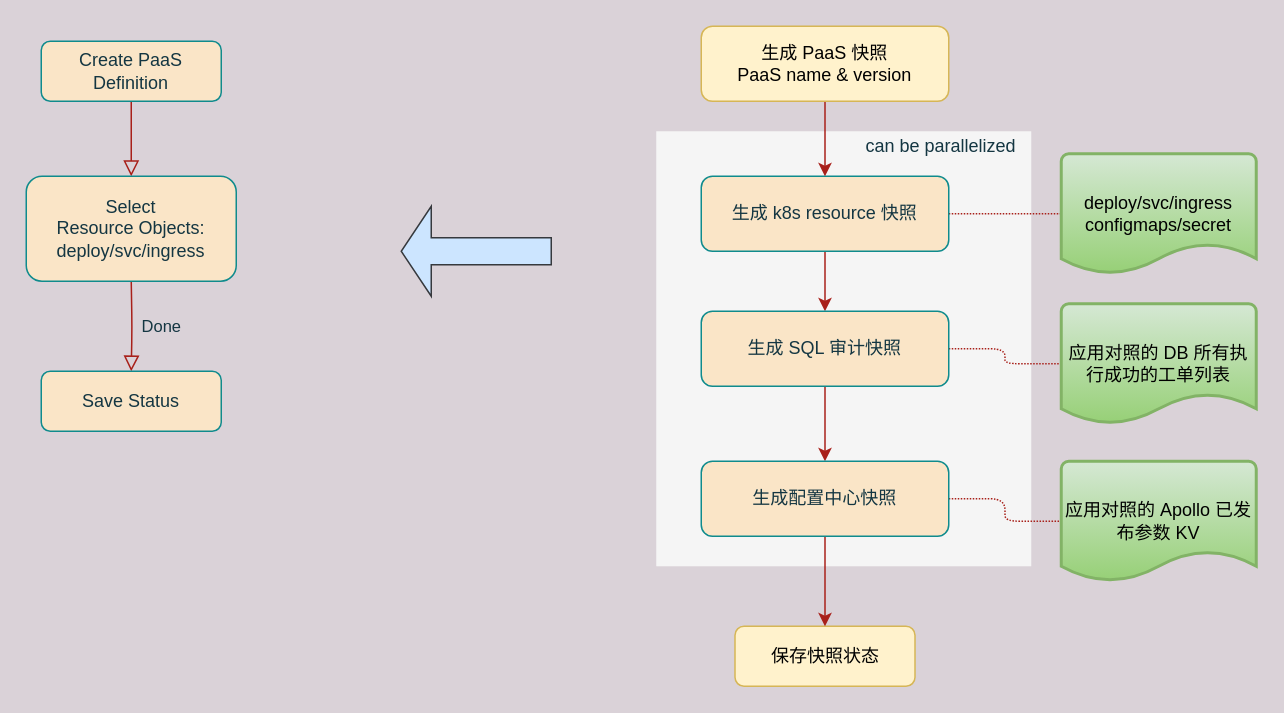
Before: create_paas_definition_flow.drawio in Owenxh/docs, a draw.io diagram. Source tidied: cells renumbered, new cells numbered last; positions are measured from the earlier drawing's top-left corner, leaving out a move shared by most shapes. Both pictures are drawn from the tidied source at 150%, with x=0, y=0 at pixel (26, 26).
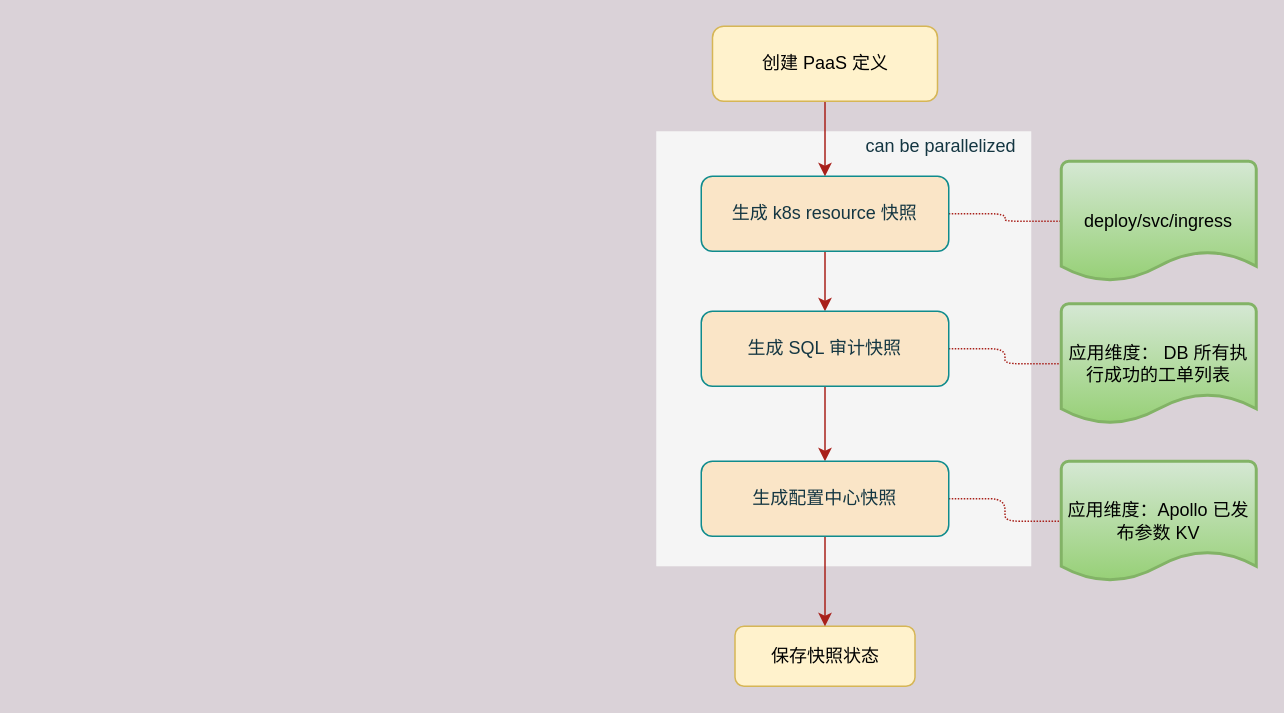
The same page after the edit.

Change to the diagram source:
```diff
@@
-    <mxCell id="3" style="rounded=1;html=1;jettySize=auto;fontSize=11;endArrow=block;endFill=0;endSize=8;strokeWidth=1;shadow=0;labelBackgroundColor=none;edgeStyle=orthogonalEdgeStyle;strokeColor=#A8201A;fontColor=#143642;" parent="1" edge="1" source="4">
-      <mxGeometry relative="1" as="geometry">
-        <mxPoint x="70" y="100" as="targetPoint" />
-      </mxGeometry>
-    </mxCell>
-    <mxCell id="4" value="Create PaaS Definition" style="rounded=1;whiteSpace=wrap;html=1;fontSize=12;glass=0;strokeWidth=1;shadow=0;fillColor=#FAE5C7;strokeColor=#0F8B8D;fontColor=#143642;" parent="1" vertex="1">
-      <mxGeometry x="10" y="10" width="120" height="40" as="geometry" />
-    </mxCell>
-    <mxCell id="5" value="Done" style="rounded=1;html=1;jettySize=auto;fontSize=11;endArrow=block;endFill=0;endSize=8;strokeWidth=1;shadow=0;labelBackgroundColor=none;edgeStyle=orthogonalEdgeStyle;strokeColor=#A8201A;fontColor=#143642;entryX=0.5;entryY=0;entryDx=0;entryDy=0;" parent="1" edge="1" target="6">
-      <mxGeometry y="20" relative="1" as="geometry">
-        <mxPoint x="70" y="170" as="sourcePoint" />
-      </mxGeometry>
-    </mxCell>
-    <mxCell id="6" value="Save Status" style="rounded=1;whiteSpace=wrap;html=1;fontSize=12;glass=0;strokeWidth=1;shadow=0;fillColor=#FAE5C7;strokeColor=#0F8B8D;fontColor=#143642;" parent="1" vertex="1">
-      <mxGeometry x="10" y="230" width="120" height="40" as="geometry" />
-    </mxCell>
-    <mxCell id="7" value="Select &lt;br&gt;Resource Objects:&lt;br&gt;deploy/svc/ingress" style="rounded=1;whiteSpace=wrap;html=1;fontSize=12;glass=0;strokeWidth=1;shadow=0;fillColor=#FAE5C7;strokeColor=#0F8B8D;fontColor=#143642;" parent="1" vertex="1">
-      <mxGeometry y="100" width="140" height="70" as="geometry" />
-    </mxCell>
@@
-    <mxCell id="9" style="shape=singleArrow;direction=west;whiteSpace=wrap;html=1;rounded=0;sketch=0;strokeColor=#36393d;fillColor=#cce5ff;" parent="1" vertex="1">
-      <mxGeometry x="250" y="120" width="100" height="60" as="geometry" />
-    </mxCell>
@@
-    <mxCell id="20" value="生成 PaaS 快照&lt;br&gt;PaaS name &amp;amp; version" style="rounded=1;whiteSpace=wrap;html=1;fontSize=12;glass=0;strokeWidth=1;shadow=0;fillColor=#fff2cc;strokeColor=#d6b656;" parent="1" vertex="1">
-      <mxGeometry x="450" width="165" height="50" as="geometry" />
+    <mxCell id="20" value="创建 PaaS 定义" style="rounded=1;whiteSpace=wrap;html=1;fontSize=12;glass=0;strokeWidth=1;shadow=0;fillColor=#fff2cc;strokeColor=#d6b656;" parent="1" vertex="1">
+      <mxGeometry x="457.5" width="150" height="50" as="geometry" />
     </mxCell>
-    <mxCell id="21" value="deploy/svc/ingress&lt;br&gt;configmaps/secret" style="strokeWidth=2;html=1;shape=mxgraph.flowchart.document2;whiteSpace=wrap;size=0.25;rounded=0;sketch=0;fillColor=#d5e8d4;gradientColor=#97d077;strokeColor=#82b366;" parent="1" vertex="1">
-      <mxGeometry x="690" y="85" width="130" height="80" as="geometry" />
+    <mxCell id="21" value="deploy/svc/ingress" style="strokeWidth=2;html=1;shape=mxgraph.flowchart.document2;whiteSpace=wrap;size=0.25;rounded=0;sketch=0;fillColor=#d5e8d4;gradientColor=#97d077;strokeColor=#82b366;" parent="1" vertex="1">
+      <mxGeometry x="690" y="90" width="130" height="80" as="geometry" />
     </mxCell>
-    <mxCell id="22" value="应用对照的 DB 所有执行成功的工单列表" style="strokeWidth=2;html=1;shape=mxgraph.flowchart.document2;whiteSpace=wrap;size=0.25;rounded=0;sketch=0;fillColor=#d5e8d4;gradientColor=#97d077;strokeColor=#82b366;" parent="1" vertex="1">
+    <mxCell id="22" value="应用维度： DB 所有执行成功的工单列表" style="strokeWidth=2;html=1;shape=mxgraph.flowchart.document2;whiteSpace=wrap;size=0.25;rounded=0;sketch=0;fillColor=#d5e8d4;gradientColor=#97d077;strokeColor=#82b366;" parent="1" vertex="1">
       <mxGeometry x="690" y="185" width="130" height="80" as="geometry" />
     </mxCell>
-    <mxCell id="23" value="应用对照的 Apollo 已发布参数 KV" style="strokeWidth=2;html=1;shape=mxgraph.flowchart.document2;whiteSpace=wrap;size=0.25;rounded=0;sketch=0;fillColor=#d5e8d4;gradientColor=#97d077;strokeColor=#82b366;" parent="1" vertex="1">
+    <mxCell id="23" value="应用维度：Apollo 已发布参数 KV" style="strokeWidth=2;html=1;shape=mxgraph.flowchart.document2;whiteSpace=wrap;size=0.25;rounded=0;sketch=0;fillColor=#d5e8d4;gradientColor=#97d077;strokeColor=#82b366;" parent="1" vertex="1">
       <mxGeometry x="690" y="290" width="130" height="80" as="geometry" />
     </mxCell>
```
